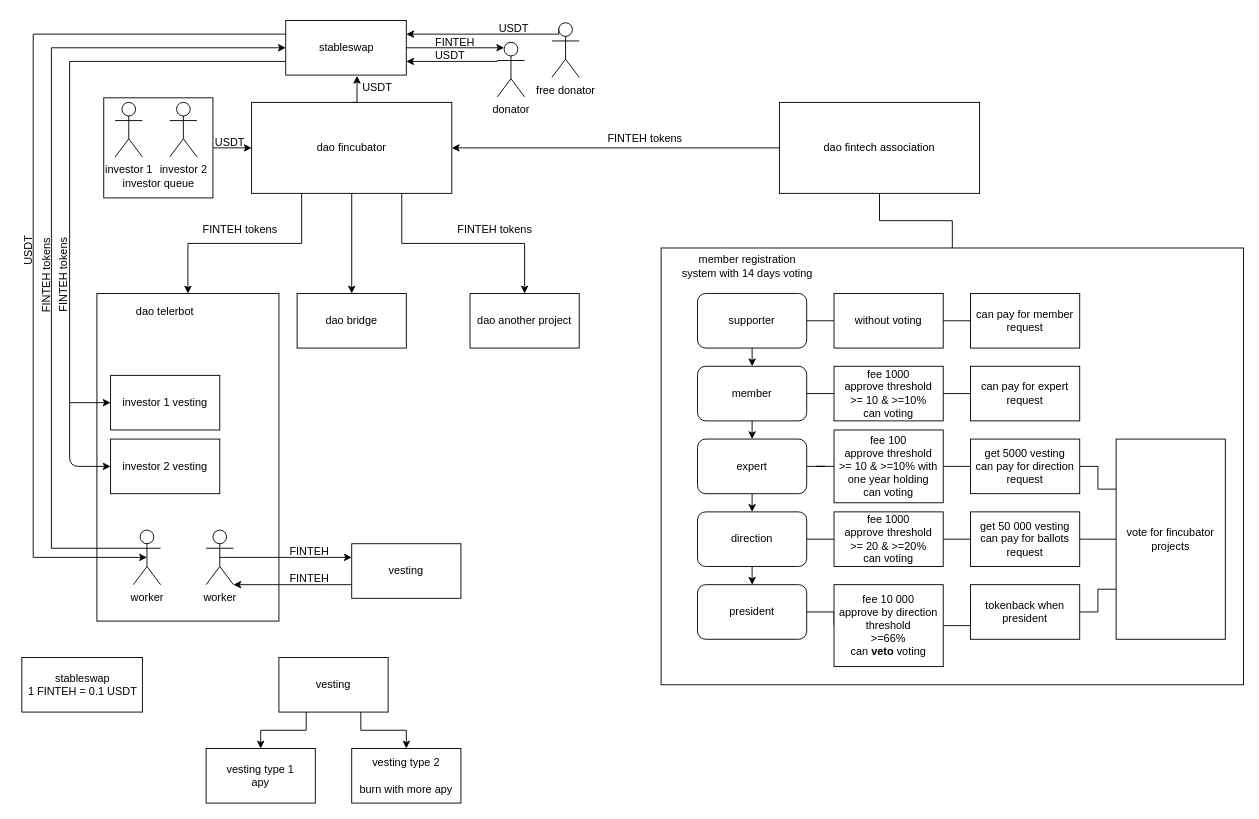
Earlier version of the draw.io diagram tokenomics.drawio (fincubator/fincubator). Source tidied: cells renumbered, new cells numbered last; positions are measured from the earlier drawing's top-left corner, leaving out a move shared by most shapes. Both pictures are drawn from the tidied source at 91%, with x=0, y=0 at pixel (2, 15).
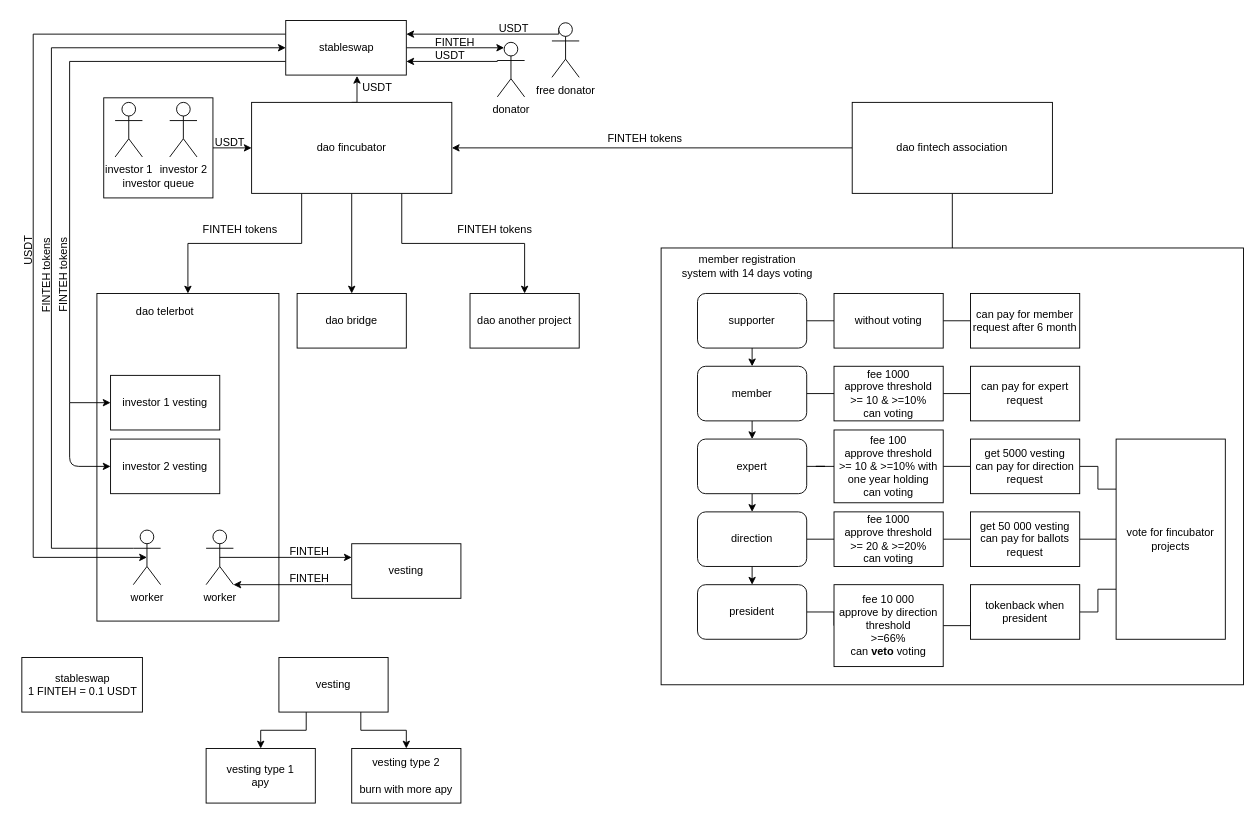
Above is the later version.

Commit message:
add time for supporter

Diff of the diagram source:
```diff
@@
     <mxCell id="15" value="dao fintech association" style="rounded=0;whiteSpace=wrap;html=1;" parent="1" vertex="1">
-      <mxGeometry x="854" y="95" width="220" height="100" as="geometry" />
+      <mxGeometry x="934" y="95" width="220" height="100" as="geometry" />
     </mxCell>
@@
-    <mxCell id="41" value="can pay for &lt;span class=&quot;VIiyi&quot; lang=&quot;en&quot;&gt;&lt;span class=&quot;JLqJ4b ChMk0b&quot;&gt;&lt;span&gt;member request&lt;/span&gt;&lt;/span&gt;&lt;/span&gt; " style="rounded=0;whiteSpace=wrap;html=1;" parent="1" vertex="1">
+    <mxCell id="41" value="can pay for &lt;span class=&quot;VIiyi&quot; lang=&quot;en&quot;&gt;&lt;span class=&quot;JLqJ4b ChMk0b&quot;&gt;&lt;span&gt;member request after 6 month&lt;/span&gt;&lt;/span&gt;&lt;/span&gt; " style="rounded=0;whiteSpace=wrap;html=1;" parent="1" vertex="1">
       <mxGeometry x="1064" y="305" width="120" height="60" as="geometry" />
     </mxCell>
```
